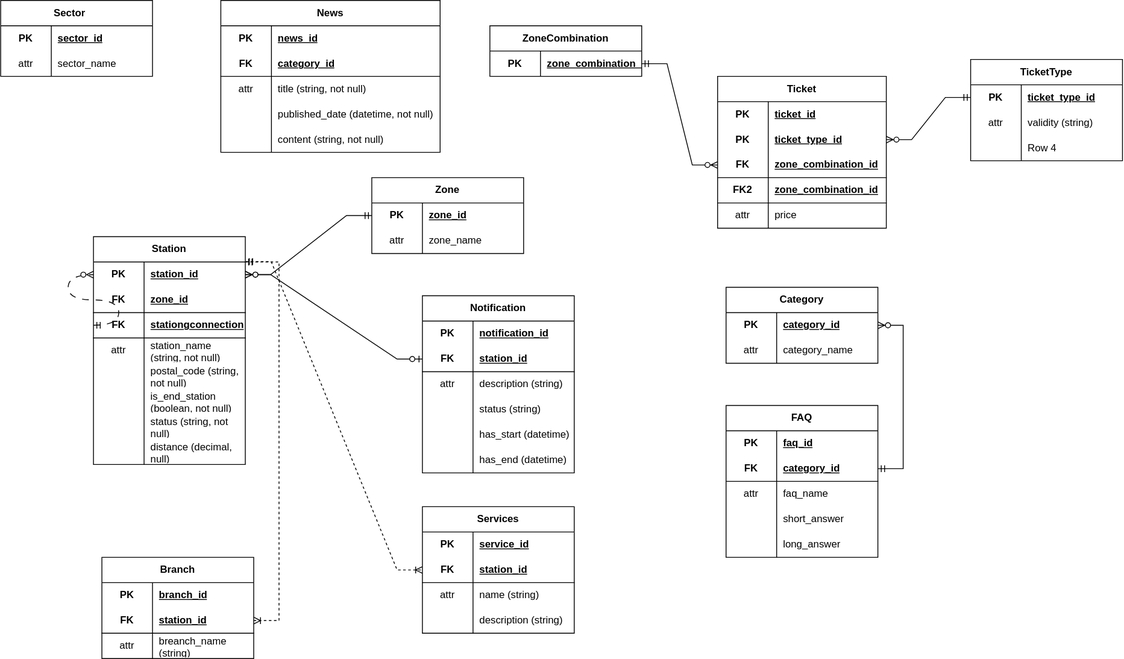
The draw.io diagram Assign2_DB.drawio.svg in gregguu/DB2, before a commit. Source tidied: cells renumbered, new cells last; positions are measured from the earlier drawing's top-left corner, leaving out a move shared by most shapes.
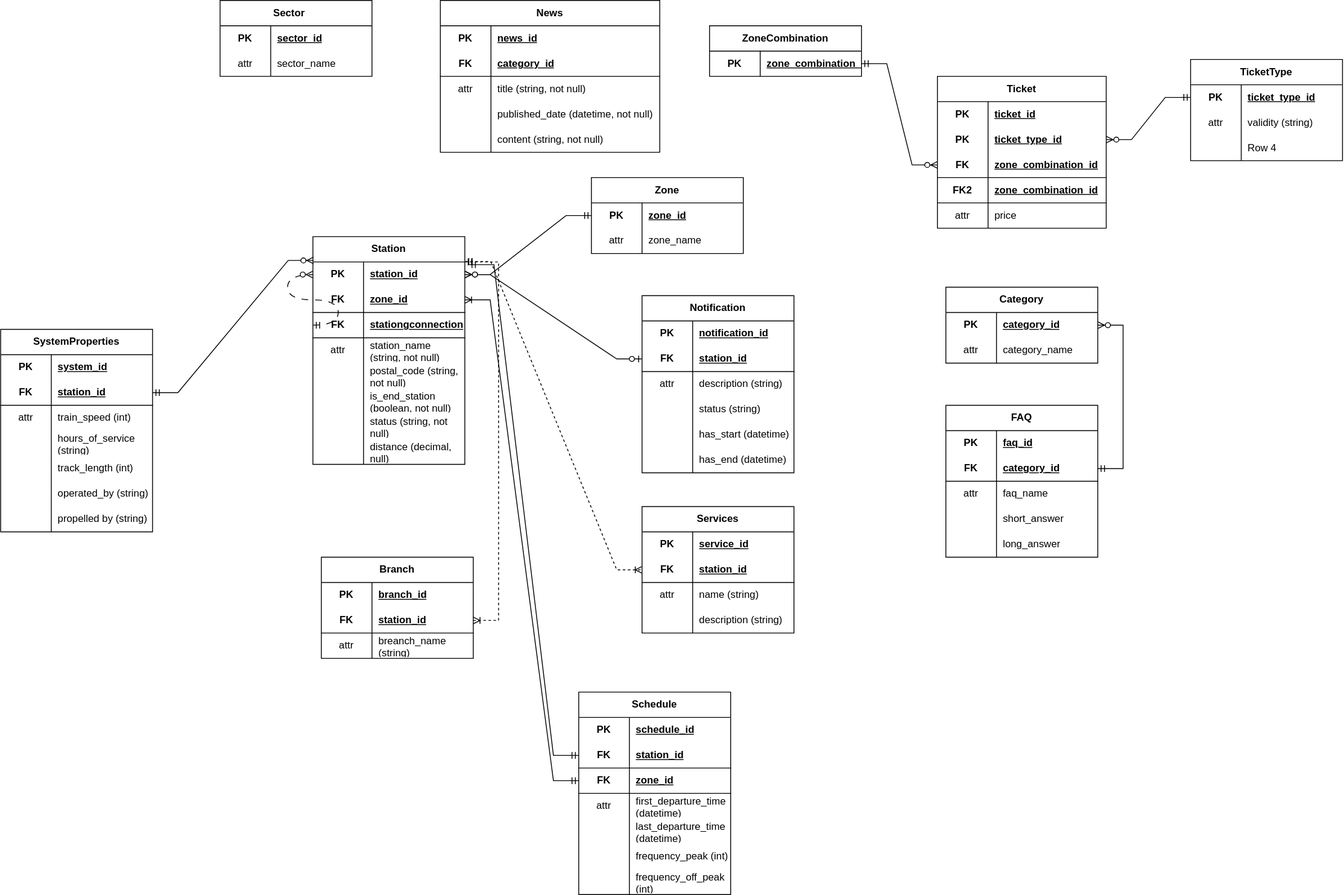
After the change.

What changed in the source:
```diff
@@ -497,5 +497,146 @@
         </Array>
       </mxGeometry>
     </mxCell>
+    <mxCell id="160" value="Schedule" style="shape=table;startSize=30;rowLines=0;fontStyle=1;align=center;html=1;whiteSpace=wrap;" parent="1" vertex="1">
+      <mxGeometry x="425" y="820" width="180" height="240" as="geometry" />
+    </mxCell>
+    <mxCell id="161" style="shape=tableRow;horizontal=0;startSize=0;swimlaneHead=0;swimlaneBody=0;fillColor=none;top=0;left=0;right=0;bottom=0;html=1;" parent="160" vertex="1">
+      <mxGeometry y="30" width="180" height="30" as="geometry" />
+    </mxCell>
+    <mxCell id="162" value="PK" style="shape=partialRectangle;fillColor=none;top=0;left=0;bottom=0;right=0;fontStyle=1;overflow=hidden;html=1;whiteSpace=wrap;" parent="161" vertex="1">
+      <mxGeometry width="60" height="30" as="geometry" />
+    </mxCell>
+    <mxCell id="163" value="schedule_id" style="shape=partialRectangle;fillColor=none;top=0;left=0;bottom=0;right=0;align=left;spacingLeft=6;fontStyle=5;overflow=hidden;html=1;whiteSpace=wrap;" parent="161" vertex="1">
+      <mxGeometry x="60" width="120" height="30" as="geometry" />
+    </mxCell>
+    <mxCell id="164" style="shape=tableRow;horizontal=0;startSize=0;swimlaneHead=0;swimlaneBody=0;fillColor=none;points=[[0,0.5],[1,0.5]];portConstraint=eastwest;top=0;left=0;right=0;bottom=1;html=1;" parent="160" vertex="1">
+      <mxGeometry y="60" width="180" height="30" as="geometry" />
+    </mxCell>
+    <mxCell id="165" value="FK" style="shape=partialRectangle;fillColor=none;top=0;left=0;bottom=0;right=0;fontStyle=1;overflow=hidden;html=1;whiteSpace=wrap;" parent="164" vertex="1">
+      <mxGeometry width="60" height="30" as="geometry" />
+    </mxCell>
+    <mxCell id="166" value="station_id" style="shape=partialRectangle;fillColor=none;top=0;left=0;bottom=0;right=0;align=left;spacingLeft=6;fontStyle=5;overflow=hidden;html=1;whiteSpace=wrap;" parent="164" vertex="1">
+      <mxGeometry x="60" width="120" height="30" as="geometry" />
+    </mxCell>
+    <mxCell id="167" style="shape=tableRow;horizontal=0;startSize=0;swimlaneHead=0;swimlaneBody=0;fillColor=none;points=[[0,0.5],[1,0.5]];portConstraint=eastwest;top=0;left=0;right=0;bottom=1;html=1;" parent="160" vertex="1">
+      <mxGeometry y="90" width="180" height="30" as="geometry" />
+    </mxCell>
+    <mxCell id="168" value="FK" style="shape=partialRectangle;fillColor=none;top=0;left=0;bottom=0;right=0;fontStyle=1;overflow=hidden;html=1;whiteSpace=wrap;" parent="167" vertex="1">
+      <mxGeometry width="60" height="30" as="geometry" />
+    </mxCell>
+    <mxCell id="169" value="zone_id" style="shape=partialRectangle;fillColor=none;top=0;left=0;bottom=0;right=0;align=left;spacingLeft=6;fontStyle=5;overflow=hidden;html=1;whiteSpace=wrap;" parent="167" vertex="1">
+      <mxGeometry x="60" width="120" height="30" as="geometry" />
+    </mxCell>
+    <mxCell id="170" style="shape=tableRow;horizontal=0;startSize=0;swimlaneHead=0;swimlaneBody=0;fillColor=none;top=0;left=0;right=0;bottom=0;html=1;" parent="160" vertex="1">
+      <mxGeometry y="120" width="180" height="30" as="geometry" />
+    </mxCell>
+    <mxCell id="171" value="attr" style="shape=partialRectangle;fillColor=none;top=0;left=0;bottom=0;right=0;overflow=hidden;html=1;whiteSpace=wrap;" parent="170" vertex="1">
+      <mxGeometry width="60" height="30" as="geometry" />
+    </mxCell>
+    <mxCell id="172" value="first_departure_time (datetime)" style="shape=partialRectangle;fillColor=none;top=0;left=0;bottom=0;right=0;align=left;spacingLeft=6;overflow=hidden;html=1;whiteSpace=wrap;" parent="170" vertex="1">
+      <mxGeometry x="60" width="120" height="30" as="geometry" />
+    </mxCell>
+    <mxCell id="173" style="shape=tableRow;horizontal=0;startSize=0;swimlaneHead=0;swimlaneBody=0;fillColor=none;top=0;left=0;right=0;bottom=0;html=1;" parent="160" vertex="1">
+      <mxGeometry y="150" width="180" height="30" as="geometry" />
+    </mxCell>
+    <mxCell id="174" style="shape=partialRectangle;fillColor=none;top=0;left=0;bottom=0;right=0;overflow=hidden;html=1;whiteSpace=wrap;" parent="173" vertex="1">
+      <mxGeometry width="60" height="30" as="geometry" />
+    </mxCell>
+    <mxCell id="175" value="last_departure_time (datetime)" style="shape=partialRectangle;fillColor=none;top=0;left=0;bottom=0;right=0;align=left;spacingLeft=6;overflow=hidden;html=1;whiteSpace=wrap;" parent="173" vertex="1">
+      <mxGeometry x="60" width="120" height="30" as="geometry" />
+    </mxCell>
+    <mxCell id="176" style="shape=tableRow;horizontal=0;startSize=0;swimlaneHead=0;swimlaneBody=0;fillColor=none;top=0;left=0;right=0;bottom=0;html=1;" parent="160" vertex="1">
+      <mxGeometry y="180" width="180" height="30" as="geometry" />
+    </mxCell>
+    <mxCell id="177" style="shape=partialRectangle;fillColor=none;top=0;left=0;bottom=0;right=0;overflow=hidden;html=1;whiteSpace=wrap;" parent="176" vertex="1">
+      <mxGeometry width="60" height="30" as="geometry" />
+    </mxCell>
+    <mxCell id="178" value="frequency_peak (int)" style="shape=partialRectangle;fillColor=none;top=0;left=0;bottom=0;right=0;align=left;spacingLeft=6;overflow=hidden;html=1;whiteSpace=wrap;" parent="176" vertex="1">
+      <mxGeometry x="60" width="120" height="30" as="geometry" />
+    </mxCell>
+    <mxCell id="179" style="shape=tableRow;horizontal=0;startSize=0;swimlaneHead=0;swimlaneBody=0;fillColor=none;top=0;left=0;right=0;bottom=0;html=1;" parent="160" vertex="1">
+      <mxGeometry y="210" width="180" height="30" as="geometry" />
+    </mxCell>
+    <mxCell id="180" style="shape=partialRectangle;fillColor=none;top=0;left=0;bottom=0;right=0;overflow=hidden;html=1;whiteSpace=wrap;" parent="179" vertex="1">
+      <mxGeometry width="60" height="30" as="geometry" />
+    </mxCell>
+    <mxCell id="181" value="frequency_off_peak (int)" style="shape=partialRectangle;fillColor=none;top=0;left=0;bottom=0;right=0;align=left;spacingLeft=6;overflow=hidden;html=1;whiteSpace=wrap;" parent="179" vertex="1">
+      <mxGeometry x="60" width="120" height="30" as="geometry" />
+    </mxCell>
+    <mxCell id="182" value="SystemProperties" style="shape=table;startSize=30;rowLines=0;fontStyle=1;align=center;html=1;whiteSpace=wrap;" parent="1" vertex="1">
+      <mxGeometry x="-260" y="390" width="180" height="240" as="geometry" />
+    </mxCell>
+    <mxCell id="183" style="shape=tableRow;horizontal=0;startSize=0;swimlaneHead=0;swimlaneBody=0;fillColor=none;top=0;left=0;right=0;bottom=0;html=1;" parent="182" vertex="1">
+      <mxGeometry y="30" width="180" height="30" as="geometry" />
+    </mxCell>
+    <mxCell id="184" value="PK" style="shape=partialRectangle;fillColor=none;top=0;left=0;bottom=0;right=0;fontStyle=1;overflow=hidden;html=1;whiteSpace=wrap;" parent="183" vertex="1">
+      <mxGeometry width="60" height="30" as="geometry" />
+    </mxCell>
+    <mxCell id="185" value="system_id" style="shape=partialRectangle;fillColor=none;top=0;left=0;bottom=0;right=0;align=left;spacingLeft=6;fontStyle=5;overflow=hidden;html=1;whiteSpace=wrap;" parent="183" vertex="1">
+      <mxGeometry x="60" width="120" height="30" as="geometry" />
+    </mxCell>
+    <mxCell id="186" style="shape=tableRow;horizontal=0;startSize=0;swimlaneHead=0;swimlaneBody=0;fillColor=none;points=[[0,0.5],[1,0.5]];portConstraint=eastwest;top=0;left=0;right=0;bottom=1;html=1;" parent="182" vertex="1">
+      <mxGeometry y="60" width="180" height="30" as="geometry" />
+    </mxCell>
+    <mxCell id="187" value="FK" style="shape=partialRectangle;fillColor=none;top=0;left=0;bottom=0;right=0;fontStyle=1;overflow=hidden;html=1;whiteSpace=wrap;" parent="186" vertex="1">
+      <mxGeometry width="60" height="30" as="geometry" />
+    </mxCell>
+    <mxCell id="188" value="station_id" style="shape=partialRectangle;fillColor=none;top=0;left=0;bottom=0;right=0;align=left;spacingLeft=6;fontStyle=5;overflow=hidden;html=1;whiteSpace=wrap;" parent="186" vertex="1">
+      <mxGeometry x="60" width="120" height="30" as="geometry" />
+    </mxCell>
+    <mxCell id="189" style="shape=tableRow;horizontal=0;startSize=0;swimlaneHead=0;swimlaneBody=0;fillColor=none;top=0;left=0;right=0;bottom=0;html=1;" parent="182" vertex="1">
+      <mxGeometry y="90" width="180" height="30" as="geometry" />
+    </mxCell>
+    <mxCell id="190" value="attr" style="shape=partialRectangle;fillColor=none;top=0;left=0;bottom=0;right=0;overflow=hidden;html=1;whiteSpace=wrap;" parent="189" vertex="1">
+      <mxGeometry width="60" height="30" as="geometry" />
+    </mxCell>
+    <mxCell id="191" value="train_speed (int)" style="shape=partialRectangle;fillColor=none;top=0;left=0;bottom=0;right=0;align=left;spacingLeft=6;overflow=hidden;html=1;whiteSpace=wrap;" parent="189" vertex="1">
+      <mxGeometry x="60" width="120" height="30" as="geometry" />
+    </mxCell>
+    <mxCell id="192" style="shape=tableRow;horizontal=0;startSize=0;swimlaneHead=0;swimlaneBody=0;fillColor=none;top=0;left=0;right=0;bottom=0;html=1;" parent="182" vertex="1">
+      <mxGeometry y="120" width="180" height="30" as="geometry" />
+    </mxCell>
+    <mxCell id="193" style="shape=partialRectangle;fillColor=none;top=0;left=0;bottom=0;right=0;overflow=hidden;html=1;whiteSpace=wrap;" parent="192" vertex="1">
+      <mxGeometry width="60" height="30" as="geometry" />
+    </mxCell>
+    <mxCell id="194" value="hours_of_service (string)" style="shape=partialRectangle;fillColor=none;top=0;left=0;bottom=0;right=0;align=left;spacingLeft=6;overflow=hidden;html=1;whiteSpace=wrap;" parent="192" vertex="1">
+      <mxGeometry x="60" width="120" height="30" as="geometry" />
+    </mxCell>
+    <mxCell id="195" style="shape=tableRow;horizontal=0;startSize=0;swimlaneHead=0;swimlaneBody=0;fillColor=none;top=0;left=0;right=0;bottom=0;html=1;" parent="182" vertex="1">
+      <mxGeometry y="150" width="180" height="30" as="geometry" />
+    </mxCell>
+    <mxCell id="196" style="shape=partialRectangle;fillColor=none;top=0;left=0;bottom=0;right=0;overflow=hidden;html=1;whiteSpace=wrap;" parent="195" vertex="1">
+      <mxGeometry width="60" height="30" as="geometry" />
+    </mxCell>
+    <mxCell id="197" value="track_length (int)" style="shape=partialRectangle;fillColor=none;top=0;left=0;bottom=0;right=0;align=left;spacingLeft=6;overflow=hidden;html=1;whiteSpace=wrap;" parent="195" vertex="1">
+      <mxGeometry x="60" width="120" height="30" as="geometry" />
+    </mxCell>
+    <mxCell id="198" style="shape=tableRow;horizontal=0;startSize=0;swimlaneHead=0;swimlaneBody=0;fillColor=none;top=0;left=0;right=0;bottom=0;html=1;" parent="182" vertex="1">
+      <mxGeometry y="180" width="180" height="30" as="geometry" />
+    </mxCell>
+    <mxCell id="199" style="shape=partialRectangle;fillColor=none;top=0;left=0;bottom=0;right=0;overflow=hidden;html=1;whiteSpace=wrap;" parent="198" vertex="1">
+      <mxGeometry width="60" height="30" as="geometry" />
+    </mxCell>
+    <mxCell id="200" value="operated_by (string)" style="shape=partialRectangle;fillColor=none;top=0;left=0;bottom=0;right=0;align=left;spacingLeft=6;overflow=hidden;html=1;whiteSpace=wrap;" parent="198" vertex="1">
+      <mxGeometry x="60" width="120" height="30" as="geometry" />
+    </mxCell>
+    <mxCell id="201" style="shape=tableRow;horizontal=0;startSize=0;swimlaneHead=0;swimlaneBody=0;fillColor=none;top=0;left=0;right=0;bottom=0;html=1;" parent="182" vertex="1">
+      <mxGeometry y="210" width="180" height="30" as="geometry" />
+    </mxCell>
+    <mxCell id="202" style="shape=partialRectangle;fillColor=none;top=0;left=0;bottom=0;right=0;overflow=hidden;html=1;whiteSpace=wrap;" parent="201" vertex="1">
+      <mxGeometry width="60" height="30" as="geometry" />
+    </mxCell>
+    <mxCell id="203" value="propelled by (string)" style="shape=partialRectangle;fillColor=none;top=0;left=0;bottom=0;right=0;align=left;spacingLeft=6;overflow=hidden;html=1;whiteSpace=wrap;" parent="201" vertex="1">
+      <mxGeometry x="60" width="120" height="30" as="geometry" />
+    </mxCell>
+    <mxCell id="204" style="edgeStyle=entityRelationEdgeStyle;fontSize=12;html=1;endArrow=ERzeroToMany;startArrow=ERmandOne;rounded=0;entryX=0.004;entryY=-0.058;entryDx=0;entryDy=0;exitX=1;exitY=0.5;exitDx=0;exitDy=0;entryPerimeter=0;" parent="1" edge="1" source="186" target="26">
+      <mxGeometry relative="1" as="geometry" />
+    </mxCell>
+    <mxCell id="205" style="edgeStyle=entityRelationEdgeStyle;fontSize=12;html=1;endArrow=ERmandOne;startArrow=ERmandOne;rounded=0;entryX=0;entryY=0.5;entryDx=0;entryDy=0;exitX=1.025;exitY=0.108;exitDx=0;exitDy=0;exitPerimeter=0;" parent="1" edge="1" source="26" target="164">
+      <mxGeometry relative="1" as="geometry" />
+    </mxCell>
+    <mxCell id="206" style="edgeStyle=entityRelationEdgeStyle;fontSize=12;html=1;endArrow=ERoneToMany;startArrow=ERmandOne;rounded=0;entryX=1;entryY=0.5;entryDx=0;entryDy=0;" parent="1" edge="1" source="167" target="29">
+      <mxGeometry relative="1" as="geometry" />
+    </mxCell>
   </root>
 </mxGraphModel>
```
